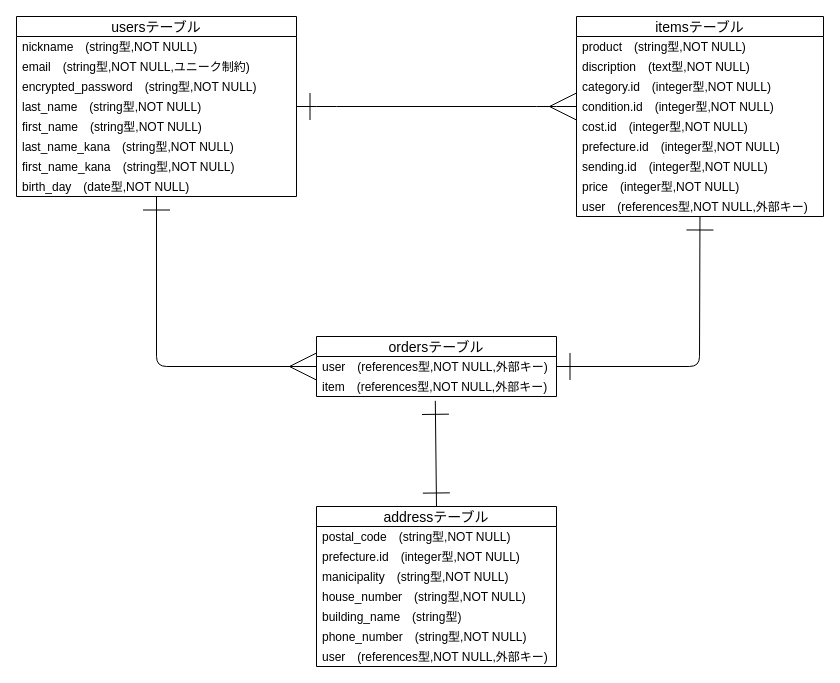
Earlier version of the draw.io diagram table.dio (hakuma101/furima-35665). Source tidied: cells renumbered, new cells numbered last; positions are measured from the earlier drawing's top-left corner, leaving out a move shared by most shapes. Both pictures are drawn from the tidied source at 100%, with x=0, y=0 at pixel (16, 16).
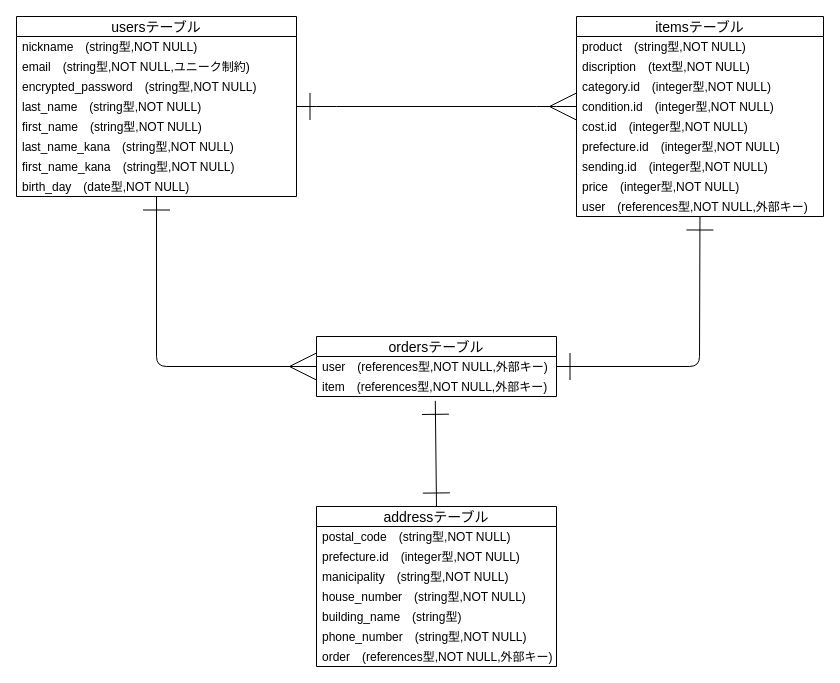
After the change.

Unchanged cells that the change refers to:
```xml
<mxCell id="21" value="addressテーブル" style="swimlane;fontStyle=0;horizontal=1;startSize=20;align=center;fontSize=14;" parent="1" vertex="1">
  <mxGeometry x="300" y="490" width="240" height="160" as="geometry" />
</mxCell>
```

What changed in the source:
```diff
@@
-    <mxCell id="28" value="user　(references型,NOT NULL,外部キー)" style="text;strokeColor=none;fillColor=none;spacingLeft=4;spacingRight=4;overflow=hidden;fontSize=12;verticalAlign=middle;" parent="21" vertex="1">
-      <mxGeometry y="140" width="240" height="20" as="geometry" />
-    </mxCell>
+    <mxCell id="36" value="order　(references型,NOT NULL,外部キー)" style="text;strokeColor=none;fillColor=none;spacingLeft=4;spacingRight=4;overflow=hidden;fontSize=12;verticalAlign=middle;" parent="21" vertex="1">
+      <mxGeometry y="140" width="240" height="20" as="geometry" />
+    </mxCell>
```
